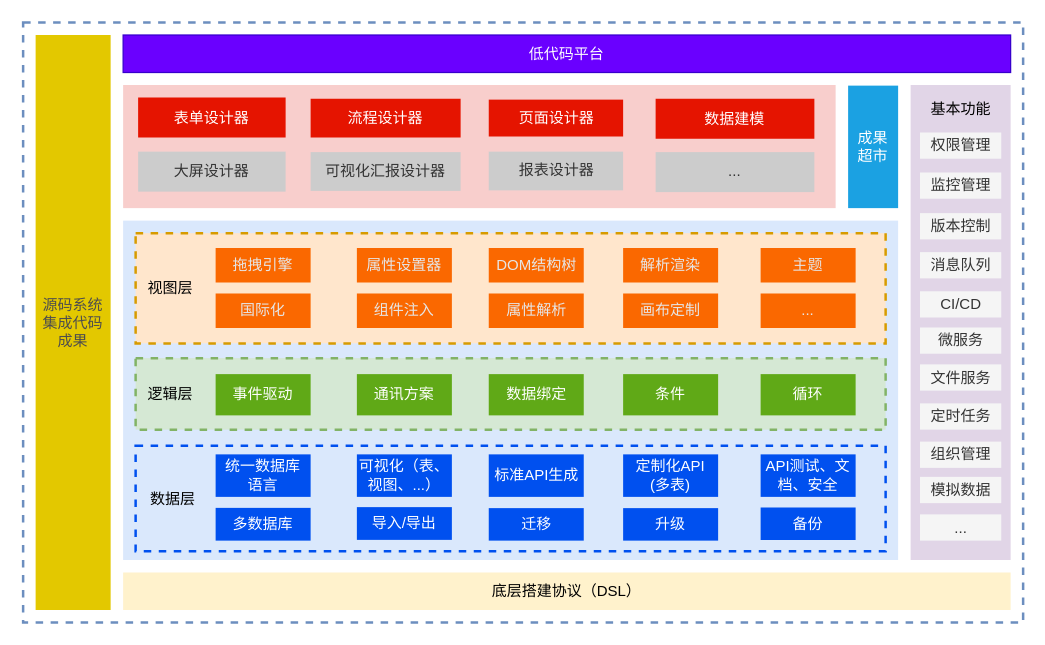
The draw.io diagram 低代码—泳道图—研究内容.drawio in tangyaosimida/love, before the edit. Source tidied: cells renumbered, new cells numbered last; positions are measured from the earlier drawing's top-left corner, leaving out a move shared by most shapes. Both pictures are drawn from the tidied source at 125%, with x=0, y=0 at pixel (22, 22).
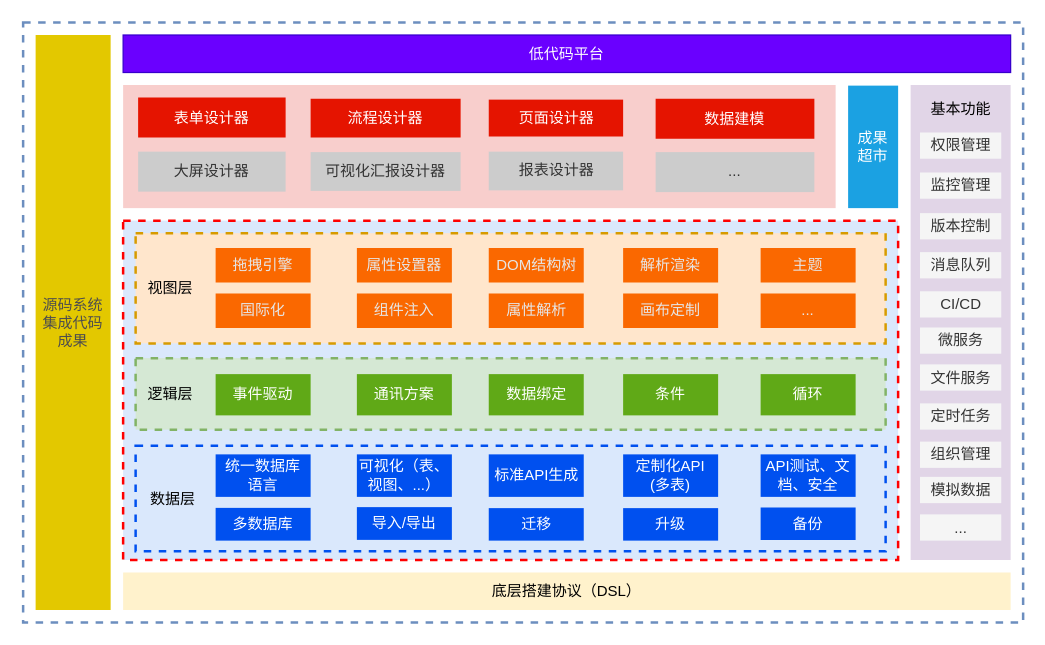
The same page after the edit.

Commit message:
更新低代码—泳道图—研究内容.drawio

Change to the diagram source:
```diff
@@
-    <mxCell id="3" style="rounded=0;whiteSpace=wrap;html=1;fillColor=#dae8fc;strokeColor=none;" parent="1" vertex="1">
+    <mxCell id="3" style="rounded=0;whiteSpace=wrap;html=1;fillColor=#dae8fc;strokeColor=#FF0000;dashed=1;strokeWidth=2;" parent="1" vertex="1">
       <mxGeometry x="80" y="158" width="620" height="271.5" as="geometry" />
     </mxCell>
```
